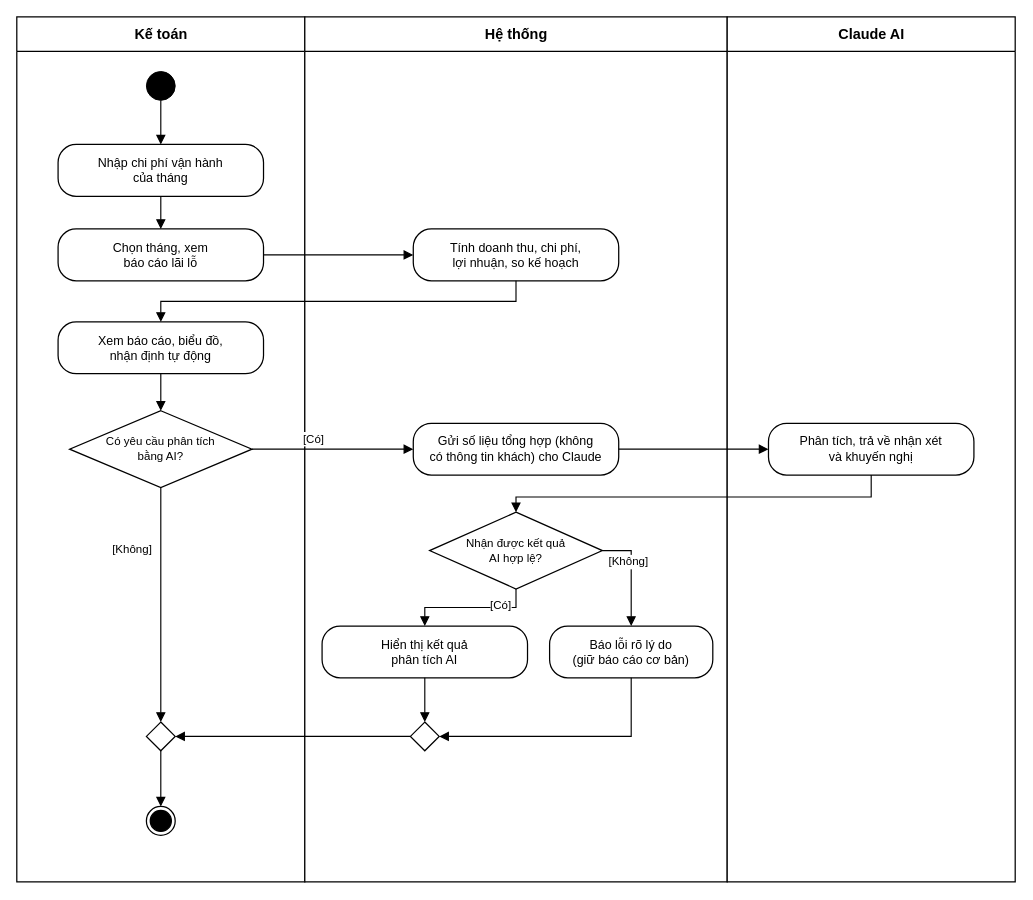
ngynquchn2511/beach-hotel keeps this draw.io diagram as docs/thiet-ke/hd-lai-lo-ai.drawio. Above is the earlier version. Source tidied: cells renumbered, new cells numbered last; positions are measured from the earlier drawing's top-left corner, leaving out a move shared by most shapes. Both pictures are drawn from the tidied source at 96%, with x=0, y=0 at pixel (16, 16).
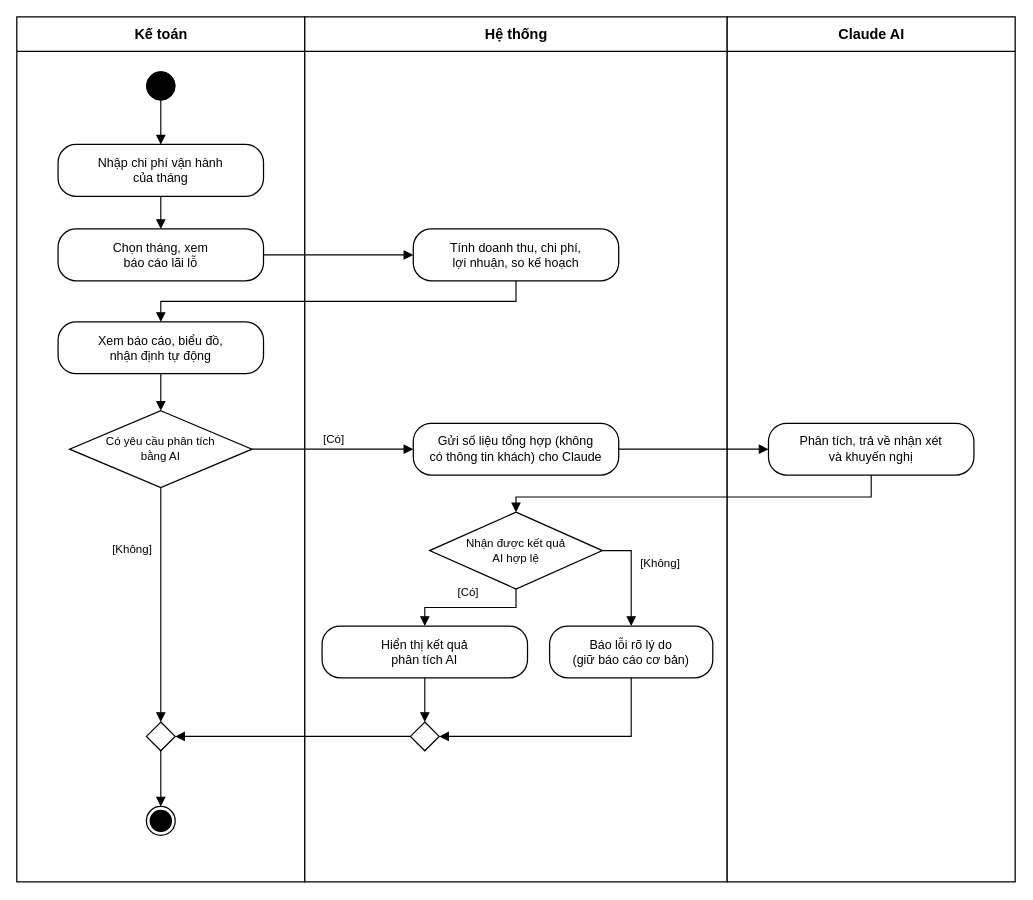
After the change.

The change refers to these unchanged cells:
```xml
<mxCell id="11" value="Gửi số liệu tổng hợp (không&lt;br&gt;có thông tin khách) cho Claude" style="fontFamily=Arial;fontColor=#000000;rounded=1;whiteSpace=wrap;html=1;arcSize=35;fillColor=#FFFFFF;strokeColor=#000000;strokeWidth=1.3;fontSize=13;spacing=6;" parent="1" vertex="1">
  <mxGeometry x="413" y="423.4" width="214" height="54" as="geometry" />
</mxCell>
<mxCell id="14" value="Hiển thị kết quả&lt;br&gt;phân tích AI" style="fontFamily=Arial;fontColor=#000000;rounded=1;whiteSpace=wrap;html=1;arcSize=35;fillColor=#FFFFFF;strokeColor=#000000;strokeWidth=1.3;fontSize=13;spacing=6;" parent="1" vertex="1">
  <mxGeometry x="318" y="634.6" width="214" height="54" as="geometry" />
</mxCell>
<mxCell id="32" value="Báo lỗi rõ lý do&lt;br&gt;(giữ báo cáo cơ bản)" style="fontFamily=Arial;fontColor=#000000;rounded=1;whiteSpace=wrap;html=1;arcSize=35;fillColor=#FFFFFF;strokeColor=#000000;strokeWidth=1.3;fontSize=13;spacing=6;" parent="1" vertex="1">
  <mxGeometry x="555" y="634.6" width="170" height="54" as="geometry" />
</mxCell>
```

Change to the diagram source:
```diff
@@
-    <mxCell id="10" value="Có yêu cầu phân tích&lt;br&gt;bằng AI?" style="fontFamily=Arial;fontColor=#000000;rhombus;whiteSpace=wrap;html=1;fillColor=#FFFFFF;strokeColor=#000000;strokeWidth=1.3;fontSize=12;" parent="1" vertex="1">
+    <mxCell id="10" value="Có yêu cầu phân tích&lt;br&gt;bằng AI" style="fontFamily=Arial;fontColor=#000000;rhombus;whiteSpace=wrap;html=1;fillColor=#FFFFFF;strokeColor=#000000;strokeWidth=1.3;fontSize=12;" parent="1" vertex="1">
       <mxGeometry x="55" y="410.4" width="190" height="80" as="geometry" />
     </mxCell>
@@
-    <mxCell id="13" value="Nhận được kết quả&lt;br&gt;AI hợp lệ?" style="fontFamily=Arial;fontColor=#000000;rhombus;whiteSpace=wrap;html=1;fillColor=#FFFFFF;strokeColor=#000000;strokeWidth=1.3;fontSize=12;" parent="1" vertex="1">
+    <mxCell id="13" value="Nhận được kết quả&lt;br&gt;AI hợp lệ" style="fontFamily=Arial;fontColor=#000000;rhombus;whiteSpace=wrap;html=1;fillColor=#FFFFFF;strokeColor=#000000;strokeWidth=1.3;fontSize=12;" parent="1" vertex="1">
       <mxGeometry x="430" y="516" width="180" height="80" as="geometry" />
     </mxCell>
@@
     <mxCell id="23" value="[Có]" style="fontFamily=Arial;fontColor=#000000;edgeStyle=orthogonalEdgeStyle;rounded=0;html=1;endArrow=block;endFill=1;endSize=7;strokeColor=#000000;strokeWidth=1.2;fontSize=12;labelBackgroundColor=#FFFFFF;exitX=1;exitY=0.5;exitDx=0;exitDy=0;entryX=0;entryY=0.5;entryDx=0;entryDy=0;" parent="1" edge="1" source="10" target="11">
-      <mxGeometry x="-0.24" y="10" relative="1" as="geometry" />
+      <mxGeometry x="0.01" y="10" relative="1" as="geometry" />
     </mxCell>
@@
     <mxCell id="26" value="[Có]" style="fontFamily=Arial;fontColor=#000000;edgeStyle=orthogonalEdgeStyle;rounded=0;html=1;endArrow=block;endFill=1;endSize=7;strokeColor=#000000;strokeWidth=1.2;fontSize=12;labelBackgroundColor=#FFFFFF;exitX=0.5;exitY=1;exitDx=0;exitDy=0;entryX=0.5;entryY=0;entryDx=0;entryDy=0;" parent="1" edge="1" source="13" target="14">
-      <mxGeometry x="-0.75" y="-16" relative="1" as="geometry">
+      <mxGeometry x="0.04" y="-15" relative="1" as="geometry">
         <Array as="points">
           <mxPoint x="520" y="615.3" />
           <mxPoint x="425" y="615.3" />
         </Array>
       </mxGeometry>
     </mxCell>
     <mxCell id="27" value="[Không]" style="fontFamily=Arial;fontColor=#000000;edgeStyle=orthogonalEdgeStyle;rounded=0;html=1;endArrow=block;endFill=1;endSize=7;strokeColor=#000000;strokeWidth=1.2;fontSize=12;labelBackgroundColor=#FFFFFF;exitX=1;exitY=0.5;exitDx=0;exitDy=0;entryX=0.5;entryY=0;entryDx=0;entryDy=0;" parent="1" edge="1" source="13" target="32">
-      <mxGeometry x="-0.5" y="-12" relative="1" as="geometry">
+      <mxGeometry x="-0.19" y="30" relative="1" as="geometry">
         <Array as="points">
           <mxPoint x="640" y="556" />
         </Array>
       </mxGeometry>
     </mxCell>
```
